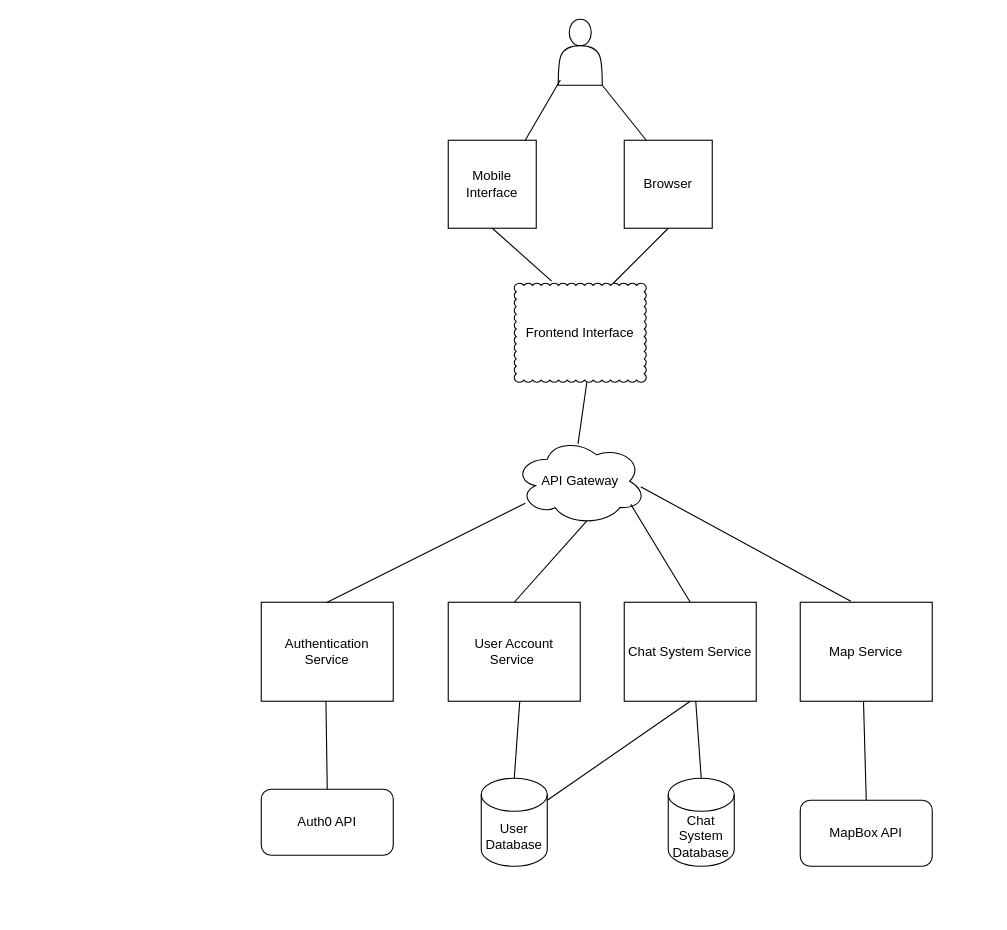
This is Microservices.drawio from KCui0327/E444-F2024-PRA4, a draw.io file, before an edit. Source tidied: cells renumbered, new cells numbered last; positions are measured from the earlier drawing's top-left corner, leaving out a move shared by most shapes. Both pictures are drawn from the tidied source at 110%, with x=0, y=0 at pixel (261, 19).
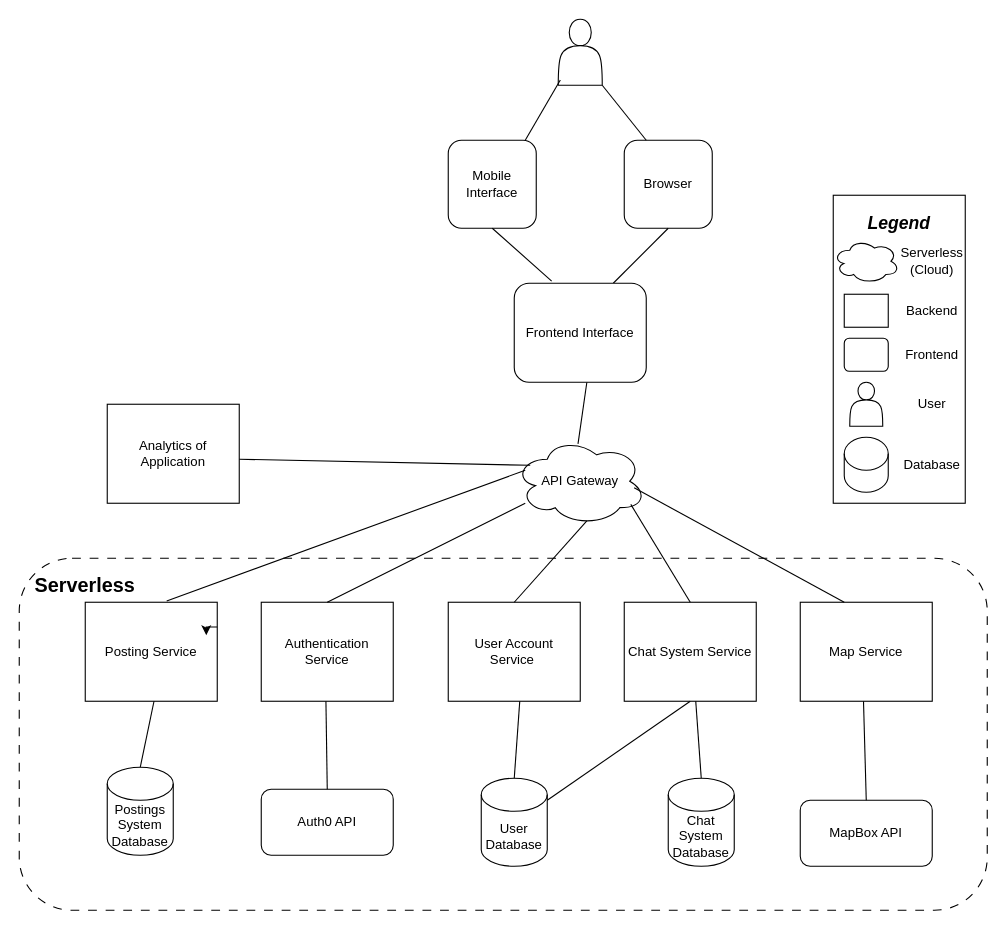
Above is the later version.

Unchanged cells that the change refers to:
```xml
<mxCell id="4" value="API Gateway" style="ellipse;shape=cloud;whiteSpace=wrap;html=1;" parent="1" vertex="1">
  <mxGeometry x="230" y="380" width="120" height="80" as="geometry" />
</mxCell>
<mxCell id="9" value="Map Service" style="rounded=0;whiteSpace=wrap;html=1;" parent="1" vertex="1">
  <mxGeometry x="490" y="530" width="120" height="90" as="geometry" />
</mxCell>
```

Diff of the diagram source:
```diff
@@
+    <mxCell id="29" style="rounded=1;whiteSpace=wrap;html=1;dashed=1;dashPattern=8 8;" parent="1" vertex="1">
+      <mxGeometry x="-220" y="490" width="880" height="320" as="geometry" />
+    </mxCell>
-    <mxCell id="2" value="Browser" style="whiteSpace=wrap;html=1;" parent="1" vertex="1">
+    <mxCell id="2" value="Browser" style="whiteSpace=wrap;html=1;rounded=1;" parent="1" vertex="1">
       <mxGeometry x="330" y="110" width="80" height="80" as="geometry" />
     </mxCell>
-    <mxCell id="3" value="Mobile Interface" style="whiteSpace=wrap;html=1;" parent="1" vertex="1">
+    <mxCell id="3" value="Mobile Interface" style="whiteSpace=wrap;html=1;rounded=1;" parent="1" vertex="1">
       <mxGeometry x="170" y="110" width="80" height="80" as="geometry" />
     </mxCell>
@@
-    <mxCell id="5" value="Frontend Interface" style="whiteSpace=wrap;html=1;shape=mxgraph.basic.cloud_rect;" parent="1" vertex="1">
-      <mxGeometry x="230" y="240" width="120" height="90" as="geometry" />
-    </mxCell>
@@
-    <mxCell id="11" style="endArrow=none;html=1;rounded=0;exitX=0.283;exitY=-0.022;exitDx=0;exitDy=0;exitPerimeter=0;" parent="1" edge="1" source="5">
+    <mxCell id="11" style="endArrow=none;html=1;rounded=0;exitX=0.283;exitY=-0.022;exitDx=0;exitDy=0;exitPerimeter=0;" parent="1" edge="1">
       <mxGeometry relative="1" as="geometry">
+        <mxPoint x="264" y="238" as="sourcePoint" />
         <mxPoint x="210" y="190" as="targetPoint" />
       </mxGeometry>
     </mxCell>
-    <mxCell id="12" style="endArrow=none;html=1;rounded=0;entryX=0.55;entryY=1;entryDx=0;entryDy=0;entryPerimeter=0;exitX=0.483;exitY=0.075;exitDx=0;exitDy=0;exitPerimeter=0;" parent="1" edge="1" source="4" target="5">
-      <mxGeometry relative="1" as="geometry" />
+    <mxCell id="12" style="endArrow=none;html=1;rounded=0;entryX=0.55;entryY=1;entryDx=0;entryDy=0;entryPerimeter=0;exitX=0.483;exitY=0.075;exitDx=0;exitDy=0;exitPerimeter=0;" parent="1" edge="1" source="4">
+      <mxGeometry relative="1" as="geometry">
+        <mxPoint x="296" y="330" as="targetPoint" />
+      </mxGeometry>
     </mxCell>
@@
-    <mxCell id="16" style="endArrow=none;html=1;rounded=0;exitX=0.383;exitY=-0.011;exitDx=0;exitDy=0;entryX=0.958;entryY=0.563;entryDx=0;entryDy=0;entryPerimeter=0;exitPerimeter=0;" parent="1" edge="1" source="9" target="4">
-      <mxGeometry relative="1" as="geometry" />
+    <mxCell id="16" style="endArrow=none;html=1;rounded=0;exitX=0.383;exitY=-0.011;exitDx=0;exitDy=0;entryX=0.958;entryY=0.563;entryDx=0;entryDy=0;entryPerimeter=0;exitPerimeter=0;" parent="1" edge="1">
+      <mxGeometry relative="1" as="geometry">
+        <mxPoint x="530" y="530" as="sourcePoint" />
+        <mxPoint x="339" y="426" as="targetPoint" />
+      </mxGeometry>
     </mxCell>
@@
+    <mxCell id="30" value="Posting Service" style="rounded=0;whiteSpace=wrap;html=1;" parent="1" vertex="1">
+      <mxGeometry x="-160" y="530" width="120" height="90" as="geometry" />
+    </mxCell>
+    <mxCell id="31" style="endArrow=none;html=1;rounded=0;exitX=0.617;exitY=-0.013;exitDx=0;exitDy=0;exitPerimeter=0;" parent="1" edge="1" source="30">
+      <mxGeometry relative="1" as="geometry">
+        <mxPoint x="240" y="410" as="targetPoint" />
+      </mxGeometry>
+    </mxCell>
+    <mxCell id="32" value="Postings System Database" style="shape=cylinder3;whiteSpace=wrap;html=1;boundedLbl=1;backgroundOutline=1;size=15;" parent="1" vertex="1">
+      <mxGeometry x="-140" y="680" width="60" height="80" as="geometry" />
+    </mxCell>
+    <mxCell id="33" style="endArrow=none;html=1;rounded=0;exitX=0.5;exitY=0;exitDx=0;exitDy=0;exitPerimeter=0;" parent="1" edge="1" source="32">
+      <mxGeometry relative="1" as="geometry">
+        <mxPoint x="-97.5" y="620" as="targetPoint" />
+      </mxGeometry>
+    </mxCell>
+    <mxCell id="5" value="Frontend Interface" style="rounded=1;whiteSpace=wrap;html=1;" parent="1" vertex="1">
+      <mxGeometry x="230" y="240" width="120" height="90" as="geometry" />
+    </mxCell>
+    <mxCell id="34" style="edgeStyle=orthogonalEdgeStyle;rounded=0;orthogonalLoop=1;jettySize=auto;html=1;exitX=1;exitY=0.25;exitDx=0;exitDy=0;entryX=0.917;entryY=0.333;entryDx=0;entryDy=0;entryPerimeter=0;" parent="1" edge="1" source="30" target="30">
+      <mxGeometry relative="1" as="geometry" />
+    </mxCell>
+    <mxCell id="35" value="Analytics of Application" style="rounded=0;whiteSpace=wrap;html=1;" parent="1" vertex="1">
+      <mxGeometry x="-140" y="350" width="120" height="90" as="geometry" />
+    </mxCell>
+    <mxCell id="36" style="endArrow=none;html=1;rounded=0;entryX=0.121;entryY=0.319;entryDx=0;entryDy=0;entryPerimeter=0;" parent="1" edge="1" target="4">
+      <mxGeometry relative="1" as="geometry">
+        <mxPoint x="-20" y="400" as="sourcePoint" />
+      </mxGeometry>
+    </mxCell>
+    <mxCell id="37" style="rounded=0;whiteSpace=wrap;html=1;" parent="1" vertex="1">
+      <mxGeometry x="520" y="160" width="120" height="280" as="geometry" />
+    </mxCell>
+    <mxCell id="38" value="&lt;b&gt;&lt;i&gt;&lt;font style=&quot;font-size: 16px;&quot;&gt;Legend&lt;/font&gt;&lt;/i&gt;&lt;/b&gt;" style="text;html=1;align=center;verticalAlign=middle;whiteSpace=wrap;rounded=0;" parent="1" vertex="1">
+      <mxGeometry x="550" y="170" width="60" height="30" as="geometry" />
+    </mxCell>
+    <mxCell id="39" style="rounded=0;whiteSpace=wrap;html=1;" parent="1" vertex="1">
+      <mxGeometry x="530" y="250" width="40" height="30" as="geometry" />
+    </mxCell>
+    <mxCell id="40" style="rounded=1;whiteSpace=wrap;html=1;" parent="1" vertex="1">
+      <mxGeometry x="530" y="290" width="40" height="30" as="geometry" />
+    </mxCell>
+    <mxCell id="41" style="ellipse;shape=cloud;whiteSpace=wrap;html=1;" parent="1" vertex="1">
+      <mxGeometry x="520" y="200" width="60" height="40" as="geometry" />
+    </mxCell>
+    <mxCell id="42" style="shape=actor;whiteSpace=wrap;html=1;" parent="1" vertex="1">
+      <mxGeometry x="535" y="330" width="30" height="40" as="geometry" />
+    </mxCell>
+    <mxCell id="43" style="shape=cylinder3;whiteSpace=wrap;html=1;boundedLbl=1;backgroundOutline=1;size=15;" parent="1" vertex="1">
+      <mxGeometry x="530" y="380" width="40" height="50" as="geometry" />
+    </mxCell>
+    <mxCell id="44" value="&lt;font style=&quot;font-size: 18px;&quot;&gt;&lt;b&gt;Serverless&lt;/b&gt;&lt;/font&gt;" style="text;html=1;align=center;verticalAlign=middle;whiteSpace=wrap;rounded=0;" parent="1" vertex="1">
+      <mxGeometry x="-190" y="500" width="60" height="30" as="geometry" />
+    </mxCell>
+    <mxCell id="45" value="Serverless (Cloud)" style="text;html=1;align=center;verticalAlign=middle;whiteSpace=wrap;rounded=0;" parent="1" vertex="1">
+      <mxGeometry x="580" y="205" width="60" height="30" as="geometry" />
+    </mxCell>
+    <mxCell id="46" value="Backend" style="text;html=1;align=center;verticalAlign=middle;whiteSpace=wrap;rounded=0;" parent="1" vertex="1">
+      <mxGeometry x="580" y="250" width="60" height="30" as="geometry" />
+    </mxCell>
+    <mxCell id="47" value="Frontend" style="text;html=1;align=center;verticalAlign=middle;whiteSpace=wrap;rounded=0;" parent="1" vertex="1">
+      <mxGeometry x="580" y="290" width="60" height="30" as="geometry" />
+    </mxCell>
+    <mxCell id="48" value="User" style="text;html=1;align=center;verticalAlign=middle;whiteSpace=wrap;rounded=0;" parent="1" vertex="1">
+      <mxGeometry x="580" y="335" width="60" height="30" as="geometry" />
+    </mxCell>
+    <mxCell id="49" value="Database" style="text;html=1;align=center;verticalAlign=middle;whiteSpace=wrap;rounded=0;" parent="1" vertex="1">
+      <mxGeometry x="580" y="390" width="60" height="30" as="geometry" />
+    </mxCell>
```
